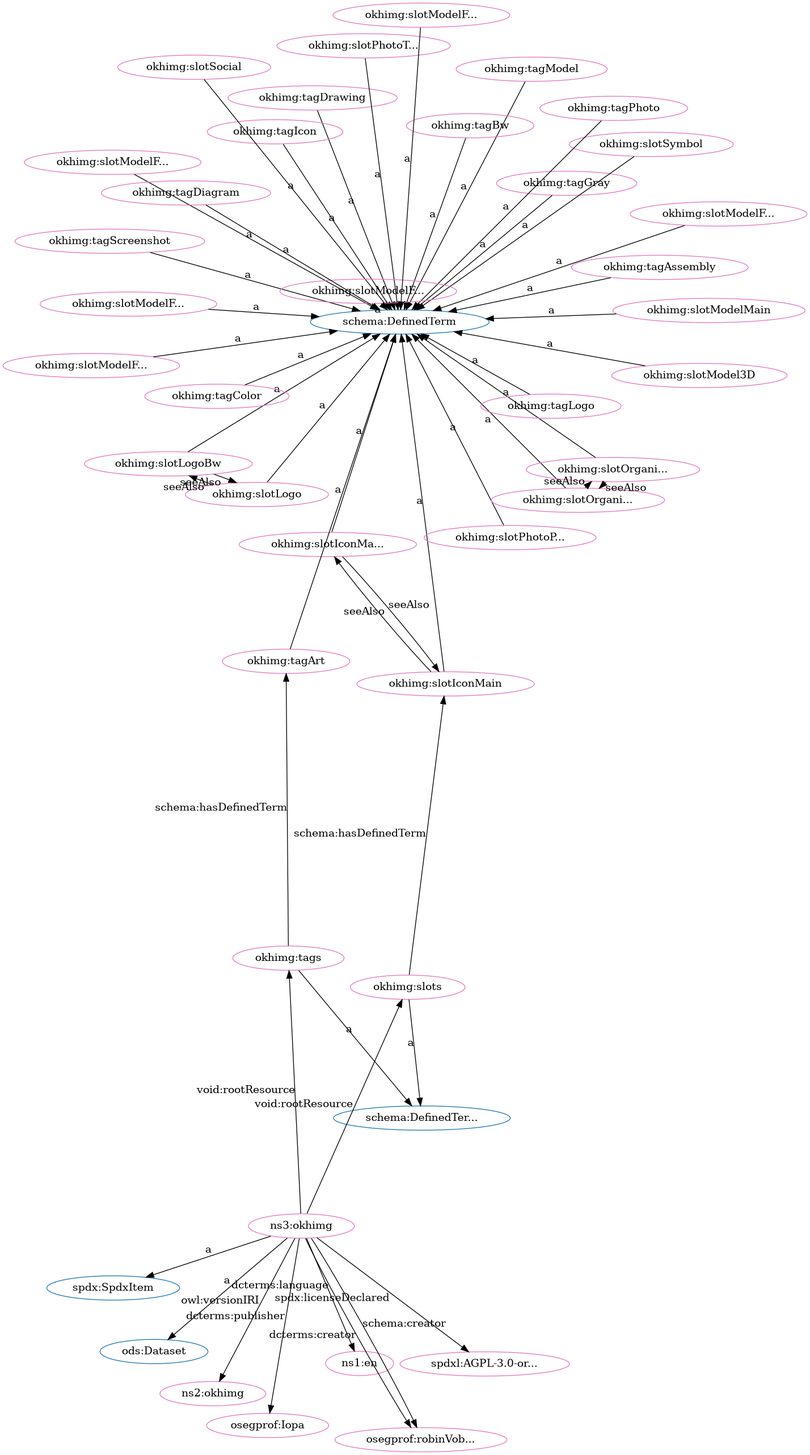
iop-alliance/OpenKnowHow keeps this Graphviz diagram as src/spec/fdp_okh-img-clean.png. Above is the earlier version. Its source is kept beside it as src/spec/fdp_okh-img-clean.dot.
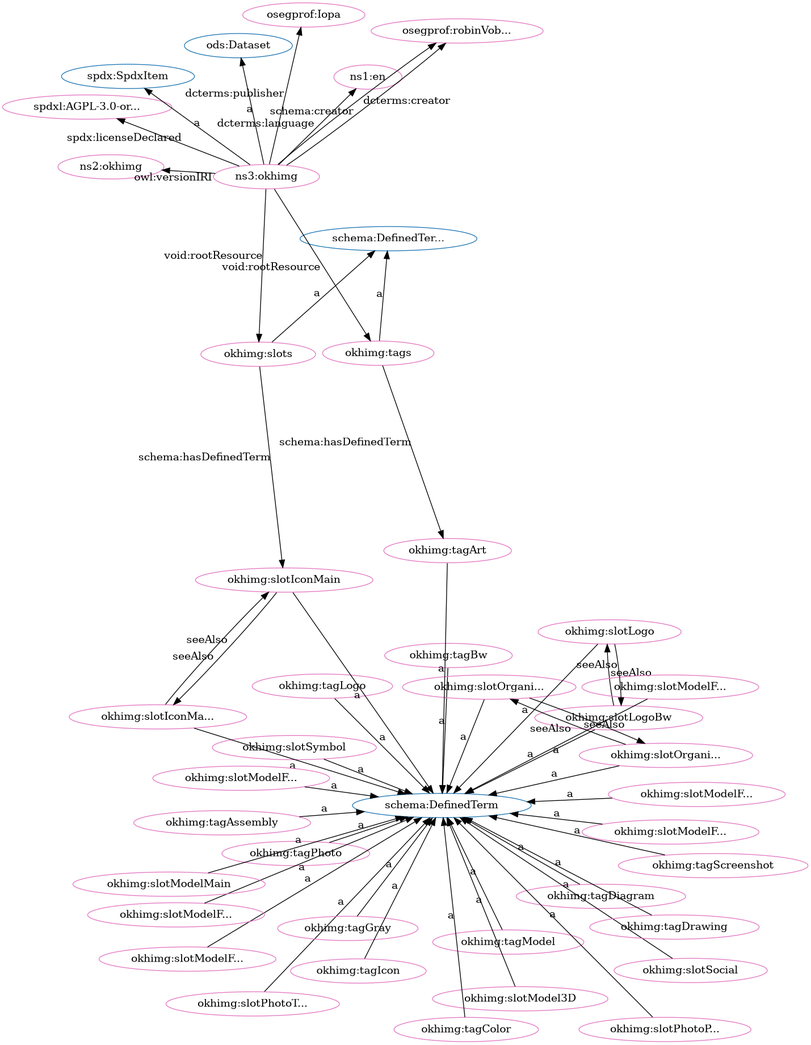
The same diagram one commit later.

The edit, as a diff of the source:
```diff
@@ -1,96 +1,96 @@
 digraph G {
   rankdir=BT
   node[height=.3]
+"http://schema.org/DefinedTermSet" [fillcolor="#1f77b4" color="#1f77b4" label="schema:DefinedTer..."]
 "http://w3id.org/oseg/ont/ods#Dataset" [fillcolor="#1f77b4" color="#1f77b4" label="ods:Dataset"]
+"http://schema.org/DefinedTerm" [fillcolor="#1f77b4" color="#1f77b4" label="schema:DefinedTerm"]
 "http://spdx.org/rdf/terms#SpdxItem" [fillcolor="#1f77b4" color="#1f77b4" label="spdx:SpdxItem"]
-"http://schema.org/DefinedTermSet" [fillcolor="#1f77b4" color="#1f77b4" label="schema:DefinedTer..."]
-"http://schema.org/DefinedTerm" [fillcolor="#1f77b4" color="#1f77b4" label="schema:DefinedTerm"]
+"http://spdx.org/licenses/AGPL-3.0-or-later" [fillcolor="#e377c2" color="#e377c2" label="spdxl:AGPL-3.0-or..."]
+"http://w3id.org/oseg/ont/okhimg#tagAssembly" [fillcolor="#e377c2" color="#e377c2" label="okhimg:tagAssembly"]
+"http://w3id.org/oseg/ont/okhimg#slotModelFromBack" [fillcolor="#e377c2" color="#e377c2" label="okhimg:slotModelF..."]
+"http://w3id.org/oseg/ont/okhimg#tagLogo" [fillcolor="#e377c2" color="#e377c2" label="okhimg:tagLogo"]
+"http://w3id.org/oseg/ont/okhimg#slotModelFromRight" [fillcolor="#e377c2" color="#e377c2" label="okhimg:slotModelF..."]
 "http://w3id.org/oseg/ont/oseg-profiles#robinVobruba" [fillcolor="#e377c2" color="#e377c2" label="osegprof:robinVob..."]
+"http://w3id.org/oseg/ont/okhimg#tagPhoto" [fillcolor="#e377c2" color="#e377c2" label="okhimg:tagPhoto"]
+"http://w3id.org/oseg/ont/okhimg#slotSymbol" [fillcolor="#e377c2" color="#e377c2" label="okhimg:slotSymbol"]
+"http://w3id.org/oseg/ont/okhimg#tagModel" [fillcolor="#e377c2" color="#e377c2" label="okhimg:tagModel"]
+"http://w3id.org/oseg/ont/okhimg#tagBw" [fillcolor="#e377c2" color="#e377c2" label="okhimg:tagBw"]
+"http://w3id.org/oseg/ont/okhimg#slotModelFromLeft" [fillcolor="#e377c2" color="#e377c2" label="okhimg:slotModelF..."]
+"http://w3id.org/oseg/ont/okhimg#slots" [fillcolor="#e377c2" color="#e377c2" label="okhimg:slots"]
+"http://id.loc.gov/vocabulary/iso639-1/en" [fillcolor="#e377c2" color="#e377c2" label="ns1:en"]
+"http://w3id.org/oseg/ont/okhimg#tagDiagram" [fillcolor="#e377c2" color="#e377c2" label="okhimg:tagDiagram"]
+"http://w3id.org/oseg/ont/okhimg#slotPhotoThingMain" [fillcolor="#e377c2" color="#e377c2" label="okhimg:slotPhotoT..."]
+"http://w3id.org/oseg/ont/okhimg#slotModel3D" [fillcolor="#e377c2" color="#e377c2" label="okhimg:slotModel3D"]
+"http://w3id.org/oseg/ont/okhimg#tagGray" [fillcolor="#e377c2" color="#e377c2" label="okhimg:tagGray"]
 "http://w3id.org/oseg/ont/okhimg#slotLogoBw" [fillcolor="#e377c2" color="#e377c2" label="okhimg:slotLogoBw"]
+"http://w3id.org/oseg/ont/okhimg#slotSocial" [fillcolor="#e377c2" color="#e377c2" label="okhimg:slotSocial"]
+"http://w3id.org/oseg/ont/okhimg#slotIconMain" [fillcolor="#e377c2" color="#e377c2" label="okhimg:slotIconMain"]
+"http://w3id.org/oseg/ont/okhimg#slotIconMainBw" [fillcolor="#e377c2" color="#e377c2" label="okhimg:slotIconMa..."]
+"http://w3id.org/oseg/ont/okhimg#tagColor" [fillcolor="#e377c2" color="#e377c2" label="okhimg:tagColor"]
+"http://w3id.org/oseg/ont/okhimg#slotOrganizationLogo" [fillcolor="#e377c2" color="#e377c2" label="okhimg:slotOrgani..."]
+"http://w3id.org/oseg/ont/0.1.0/okhimg" [fillcolor="#e377c2" color="#e377c2" label="ns2:okhimg"]
+"http://w3id.org/oseg/ont/okhimg#slotPhotoPackaging" [fillcolor="#e377c2" color="#e377c2" label="okhimg:slotPhotoP..."]
+"http://w3id.org/oseg/ont/okhimg#slotOrganizationLogoBw" [fillcolor="#e377c2" color="#e377c2" label="okhimg:slotOrgani..."]
+"http://w3id.org/oseg/ont/okhimg#tags" [fillcolor="#e377c2" color="#e377c2" label="okhimg:tags"]
+"http://w3id.org/oseg/ont/okhimg#tagScreenshot" [fillcolor="#e377c2" color="#e377c2" label="okhimg:tagScreenshot"]
+"http://w3id.org/oseg/ont/okhimg#slotModelFromFront" [fillcolor="#e377c2" color="#e377c2" label="okhimg:slotModelF..."]
+"http://w3id.org/oseg/ont/okhimg#slotLogo" [fillcolor="#e377c2" color="#e377c2" label="okhimg:slotLogo"]
+"http://w3id.org/oseg/ont/okhimg#slotModelFromAbove" [fillcolor="#e377c2" color="#e377c2" label="okhimg:slotModelF..."]
 "http://w3id.org/oseg/ont/okhimg#tagDrawing" [fillcolor="#e377c2" color="#e377c2" label="okhimg:tagDrawing"]
-"http://w3id.org/oseg/ont/okhimg#tagModel" [fillcolor="#e377c2" color="#e377c2" label="okhimg:tagModel"]
-"http://w3id.org/oseg/ont/okhimg#slotIconMain" [fillcolor="#e377c2" color="#e377c2" label="okhimg:slotIconMain"]
-"http://w3id.org/oseg/ont/okhimg#tagBw" [fillcolor="#e377c2" color="#e377c2" label="okhimg:tagBw"]
-"http://w3id.org/oseg/ont/okhimg#slots" [fillcolor="#e377c2" color="#e377c2" label="okhimg:slots"]
+"http://w3id.org/oseg/ont/okhimg#slotModelFromBelow" [fillcolor="#e377c2" color="#e377c2" label="okhimg:slotModelF..."]
+"http://w3id.org/oseg/ont/okhimg" [fillcolor="#e377c2" color="#e377c2" label="ns3:okhimg"]
+"http://w3id.org/oseg/ont/okhimg#tagIcon" [fillcolor="#e377c2" color="#e377c2" label="okhimg:tagIcon"]
 "http://w3id.org/oseg/ont/okhimg#tagArt" [fillcolor="#e377c2" color="#e377c2" label="okhimg:tagArt"]
-"http://id.loc.gov/vocabulary/iso639-1/en" [fillcolor="#e377c2" color="#e377c2" label="ns1:en"]
-"http://w3id.org/oseg/ont/okhimg#tagGray" [fillcolor="#e377c2" color="#e377c2" label="okhimg:tagGray"]
-"http://w3id.org/oseg/ont/okhimg#slotLogo" [fillcolor="#e377c2" color="#e377c2" label="okhimg:slotLogo"]
-"http://w3id.org/oseg/ont/okhimg#slotModelFromBelow" [fillcolor="#e377c2" color="#e377c2" label="okhimg:slotModelF..."]
-"http://w3id.org/oseg/ont/okhimg#slotIconMainBw" [fillcolor="#e377c2" color="#e377c2" label="okhimg:slotIconMa..."]
-"http://w3id.org/oseg/ont/okhimg#tagScreenshot" [fillcolor="#e377c2" color="#e377c2" label="okhimg:tagScreenshot"]
-"http://w3id.org/oseg/ont/okhimg#tags" [fillcolor="#e377c2" color="#e377c2" label="okhimg:tags"]
-"http://w3id.org/oseg/ont/okhimg#slotSymbol" [fillcolor="#e377c2" color="#e377c2" label="okhimg:slotSymbol"]
-"http://w3id.org/oseg/ont/okhimg#tagIcon" [fillcolor="#e377c2" color="#e377c2" label="okhimg:tagIcon"]
-"http://spdx.org/licenses/AGPL-3.0-or-later" [fillcolor="#e377c2" color="#e377c2" label="spdxl:AGPL-3.0-or..."]
-"http://w3id.org/oseg/ont/okhimg#slotPhotoThingMain" [fillcolor="#e377c2" color="#e377c2" label="okhimg:slotPhotoT..."]
-"http://w3id.org/oseg/ont/okhimg#slotSocial" [fillcolor="#e377c2" color="#e377c2" label="okhimg:slotSocial"]
-"http://w3id.org/oseg/ont/okhimg#tagPhoto" [fillcolor="#e377c2" color="#e377c2" label="okhimg:tagPhoto"]
-"http://w3id.org/oseg/ont/okhimg#slotModelFromBack" [fillcolor="#e377c2" color="#e377c2" label="okhimg:slotModelF..."]
-"http://w3id.org/oseg/ont/okhimg#slotPhotoPackaging" [fillcolor="#e377c2" color="#e377c2" label="okhimg:slotPhotoP..."]
-"http://w3id.org/oseg/ont/okhimg#tagAssembly" [fillcolor="#e377c2" color="#e377c2" label="okhimg:tagAssembly"]
-"http://w3id.org/oseg/ont/okhimg#slotModel3D" [fillcolor="#e377c2" color="#e377c2" label="okhimg:slotModel3D"]
-"http://w3id.org/oseg/ont/0.1.0/okhimg" [fillcolor="#e377c2" color="#e377c2" label="ns2:okhimg"]
 "http://w3id.org/oseg/ont/oseg-profiles#Iopa" [fillcolor="#e377c2" color="#e377c2" label="osegprof:Iopa"]
-"http://w3id.org/oseg/ont/okhimg#slotModelFromFront" [fillcolor="#e377c2" color="#e377c2" label="okhimg:slotModelF..."]
-"http://w3id.org/oseg/ont/okhimg#slotOrganizationLogoBw" [fillcolor="#e377c2" color="#e377c2" label="okhimg:slotOrgani..."]
-"http://w3id.org/oseg/ont/okhimg#slotOrganizationLogo" [fillcolor="#e377c2" color="#e377c2" label="okhimg:slotOrgani..."]
-"http://w3id.org/oseg/ont/okhimg" [fillcolor="#e377c2" color="#e377c2" label="ns3:okhimg"]
-"http://w3id.org/oseg/ont/okhimg#tagColor" [fillcolor="#e377c2" color="#e377c2" label="okhimg:tagColor"]
-"http://w3id.org/oseg/ont/okhimg#tagLogo" [fillcolor="#e377c2" color="#e377c2" label="okhimg:tagLogo"]
-"http://w3id.org/oseg/ont/okhimg#tagDiagram" [fillcolor="#e377c2" color="#e377c2" label="okhimg:tagDiagram"]
-"http://w3id.org/oseg/ont/okhimg#slotModelFromLeft" [fillcolor="#e377c2" color="#e377c2" label="okhimg:slotModelF..."]
 "http://w3id.org/oseg/ont/okhimg#slotModelMain" [fillcolor="#e377c2" color="#e377c2" label="okhimg:slotModelMain"]
-"http://w3id.org/oseg/ont/okhimg#slotModelFromAbove" [fillcolor="#e377c2" color="#e377c2" label="okhimg:slotModelF..."]
-"http://w3id.org/oseg/ont/okhimg#slotModelFromRight" [fillcolor="#e377c2" color="#e377c2" label="okhimg:slotModelF..."]
+  "http://w3id.org/oseg/ont/okhimg" -> "http://spdx.org/licenses/AGPL-3.0-or-later" [label="spdx:licenseDeclared"]
+  "http://w3id.org/oseg/ont/okhimg#tagAssembly" -> "http://schema.org/DefinedTerm" [label="a"]
+  "http://w3id.org/oseg/ont/okhimg#slotModelFromBack" -> "http://schema.org/DefinedTerm" [label="a"]
+  "http://w3id.org/oseg/ont/okhimg#tagLogo" -> "http://schema.org/DefinedTerm" [label="a"]
+  "http://w3id.org/oseg/ont/okhimg#slotModelFromRight" -> "http://schema.org/DefinedTerm" [label="a"]
   "http://w3id.org/oseg/ont/okhimg" -> "http://w3id.org/oseg/ont/oseg-profiles#robinVobruba" [label="schema:creator"]
+  "http://w3id.org/oseg/ont/okhimg#tagPhoto" -> "http://schema.org/DefinedTerm" [label="a"]
+  "http://w3id.org/oseg/ont/okhimg#slotSymbol" -> "http://schema.org/DefinedTerm" [label="a"]
+  "http://w3id.org/oseg/ont/okhimg#tagModel" -> "http://schema.org/DefinedTerm" [label="a"]
+  "http://w3id.org/oseg/ont/okhimg#tagBw" -> "http://schema.org/DefinedTerm" [label="a"]
+  "http://w3id.org/oseg/ont/okhimg#slotModelFromLeft" -> "http://schema.org/DefinedTerm" [label="a"]
+  "http://w3id.org/oseg/ont/okhimg" -> "http://w3id.org/oseg/ont/okhimg#slots" [label="void:rootResource"]
+  "http://w3id.org/oseg/ont/okhimg#tagDiagram" -> "http://schema.org/DefinedTerm" [label="a"]
+  "http://w3id.org/oseg/ont/okhimg" -> "http://id.loc.gov/vocabulary/iso639-1/en" [label="dcterms:language"]
+  "http://w3id.org/oseg/ont/okhimg#slotPhotoThingMain" -> "http://schema.org/DefinedTerm" [label="a"]
+  "http://w3id.org/oseg/ont/okhimg#slotModel3D" -> "http://schema.org/DefinedTerm" [label="a"]
+  "http://w3id.org/oseg/ont/okhimg#tagGray" -> "http://schema.org/DefinedTerm" [label="a"]
   "http://w3id.org/oseg/ont/okhimg#slotLogoBw" -> "http://schema.org/DefinedTerm" [label="a"]
-  "http://w3id.org/oseg/ont/okhimg#tagDrawing" -> "http://schema.org/DefinedTerm" [label="a"]
-  "http://w3id.org/oseg/ont/okhimg#tagModel" -> "http://schema.org/DefinedTerm" [label="a"]
-  "http://w3id.org/oseg/ont/okhimg#slotIconMainBw" -> "http://w3id.org/oseg/ont/okhimg#slotIconMain" [label="seeAlso"]
-  "http://w3id.org/oseg/ont/okhimg#tagBw" -> "http://schema.org/DefinedTerm" [label="a"]
-  "http://w3id.org/oseg/ont/okhimg#slots" -> "http://schema.org/DefinedTermSet" [label="a"]
-  "http://w3id.org/oseg/ont/okhimg#tagArt" -> "http://schema.org/DefinedTerm" [label="a"]
-  "http://w3id.org/oseg/ont/okhimg#tagGray" -> "http://schema.org/DefinedTerm" [label="a"]
-  "http://w3id.org/oseg/ont/okhimg" -> "http://id.loc.gov/vocabulary/iso639-1/en" [label="dcterms:language"]
-  "http://w3id.org/oseg/ont/okhimg#slotLogoBw" -> "http://w3id.org/oseg/ont/okhimg#slotLogo" [label="seeAlso"]
-  "http://w3id.org/oseg/ont/okhimg#slotModelFromBelow" -> "http://schema.org/DefinedTerm" [label="a"]
-  "http://w3id.org/oseg/ont/okhimg#tagScreenshot" -> "http://schema.org/DefinedTerm" [label="a"]
+  "http://w3id.org/oseg/ont/okhimg#slotSocial" -> "http://schema.org/DefinedTerm" [label="a"]
+  "http://w3id.org/oseg/ont/okhimg#slotIconMain" -> "http://schema.org/DefinedTerm" [label="a"]
   "http://w3id.org/oseg/ont/okhimg#slotIconMain" -> "http://w3id.org/oseg/ont/okhimg#slotIconMainBw" [label="seeAlso"]
-  "http://w3id.org/oseg/ont/okhimg" -> "http://w3id.org/oseg/ont/okhimg#tags" [label="void:rootResource"]
-  "http://w3id.org/oseg/ont/okhimg#slotSymbol" -> "http://schema.org/DefinedTerm" [label="a"]
-  "http://w3id.org/oseg/ont/okhimg#tagIcon" -> "http://schema.org/DefinedTerm" [label="a"]
-  "http://w3id.org/oseg/ont/okhimg#slotIconMainBw" -> "http://schema.org/DefinedTerm" [label="a"]
-  "http://w3id.org/oseg/ont/okhimg" -> "http://spdx.org/licenses/AGPL-3.0-or-later" [label="spdx:licenseDeclared"]
-  "http://w3id.org/oseg/ont/okhimg#slotPhotoThingMain" -> "http://schema.org/DefinedTerm" [label="a"]
-  "http://w3id.org/oseg/ont/okhimg#slotSocial" -> "http://schema.org/DefinedTerm" [label="a"]
-  "http://w3id.org/oseg/ont/okhimg#tags" -> "http://schema.org/DefinedTermSet" [label="a"]
-  "http://w3id.org/oseg/ont/okhimg#tagPhoto" -> "http://schema.org/DefinedTerm" [label="a"]
-  "http://w3id.org/oseg/ont/okhimg#slotModelFromBack" -> "http://schema.org/DefinedTerm" [label="a"]
-  "http://w3id.org/oseg/ont/okhimg#tags" -> "http://w3id.org/oseg/ont/okhimg#tagArt" [label="schema:hasDefinedTerm"]
-  "http://w3id.org/oseg/ont/okhimg#slotPhotoPackaging" -> "http://schema.org/DefinedTerm" [label="a"]
-  "http://w3id.org/oseg/ont/okhimg#slots" -> "http://w3id.org/oseg/ont/okhimg#slotIconMain" [label="schema:hasDefinedTerm"]
-  "http://w3id.org/oseg/ont/okhimg#tagAssembly" -> "http://schema.org/DefinedTerm" [label="a"]
-  "http://w3id.org/oseg/ont/okhimg#slotModel3D" -> "http://schema.org/DefinedTerm" [label="a"]
-  "http://w3id.org/oseg/ont/okhimg" -> "http://w3id.org/oseg/ont/0.1.0/okhimg" [label="owl:versionIRI"]
-  "http://w3id.org/oseg/ont/okhimg" -> "http://w3id.org/oseg/ont/oseg-profiles#Iopa" [label="dcterms:publisher"]
-  "http://w3id.org/oseg/ont/okhimg#slotModelFromFront" -> "http://schema.org/DefinedTerm" [label="a"]
-  "http://w3id.org/oseg/ont/okhimg#slotOrganizationLogoBw" -> "http://schema.org/DefinedTerm" [label="a"]
-  "http://w3id.org/oseg/ont/okhimg#slotOrganizationLogoBw" -> "http://w3id.org/oseg/ont/okhimg#slotOrganizationLogo" [label="seeAlso"]
-  "http://w3id.org/oseg/ont/okhimg" -> "http://w3id.org/oseg/ont/ods#Dataset" [label="a"]
-  "http://w3id.org/oseg/ont/okhimg#slotOrganizationLogo" -> "http://schema.org/DefinedTerm" [label="a"]
-  "http://w3id.org/oseg/ont/okhimg" -> "http://spdx.org/rdf/terms#SpdxItem" [label="a"]
   "http://w3id.org/oseg/ont/okhimg#tagColor" -> "http://schema.org/DefinedTerm" [label="a"]
   "http://w3id.org/oseg/ont/okhimg#slotLogo" -> "http://w3id.org/oseg/ont/okhimg#slotLogoBw" [label="seeAlso"]
-  "http://w3id.org/oseg/ont/okhimg#tagLogo" -> "http://schema.org/DefinedTerm" [label="a"]
-  "http://w3id.org/oseg/ont/okhimg#tagDiagram" -> "http://schema.org/DefinedTerm" [label="a"]
-  "http://w3id.org/oseg/ont/okhimg" -> "http://w3id.org/oseg/ont/okhimg#slots" [label="void:rootResource"]
+  "http://w3id.org/oseg/ont/okhimg#slotOrganizationLogo" -> "http://schema.org/DefinedTerm" [label="a"]
+  "http://w3id.org/oseg/ont/okhimg" -> "http://w3id.org/oseg/ont/0.1.0/okhimg" [label="owl:versionIRI"]
+  "http://w3id.org/oseg/ont/okhimg#slotPhotoPackaging" -> "http://schema.org/DefinedTerm" [label="a"]
   "http://w3id.org/oseg/ont/okhimg#slotLogo" -> "http://schema.org/DefinedTerm" [label="a"]
-  "http://w3id.org/oseg/ont/okhimg#slotModelFromLeft" -> "http://schema.org/DefinedTerm" [label="a"]
+  "http://w3id.org/oseg/ont/okhimg#slots" -> "http://w3id.org/oseg/ont/okhimg#slotIconMain" [label="schema:hasDefinedTerm"]
+  "http://w3id.org/oseg/ont/okhimg#slotOrganizationLogoBw" -> "http://schema.org/DefinedTerm" [label="a"]
+  "http://w3id.org/oseg/ont/okhimg#tags" -> "http://schema.org/DefinedTermSet" [label="a"]
+  "http://w3id.org/oseg/ont/okhimg#tagScreenshot" -> "http://schema.org/DefinedTerm" [label="a"]
+  "http://w3id.org/oseg/ont/okhimg#slotModelFromFront" -> "http://schema.org/DefinedTerm" [label="a"]
+  "http://w3id.org/oseg/ont/okhimg#slotLogoBw" -> "http://w3id.org/oseg/ont/okhimg#slotLogo" [label="seeAlso"]
+  "http://w3id.org/oseg/ont/okhimg#slotModelFromAbove" -> "http://schema.org/DefinedTerm" [label="a"]
+  "http://w3id.org/oseg/ont/okhimg#tagDrawing" -> "http://schema.org/DefinedTerm" [label="a"]
+  "http://w3id.org/oseg/ont/okhimg" -> "http://w3id.org/oseg/ont/oseg-profiles#robinVobruba" [label="dcterms:creator"]
+  "http://w3id.org/oseg/ont/okhimg" -> "http://w3id.org/oseg/ont/okhimg#tags" [label="void:rootResource"]
+  "http://w3id.org/oseg/ont/okhimg#slotModelFromBelow" -> "http://schema.org/DefinedTerm" [label="a"]
+  "http://w3id.org/oseg/ont/okhimg#slotOrganizationLogo" -> "http://w3id.org/oseg/ont/okhimg#slotOrganizationLogoBw" [label="seeAlso"]
+  "http://w3id.org/oseg/ont/okhimg" -> "http://w3id.org/oseg/ont/ods#Dataset" [label="a"]
+  "http://w3id.org/oseg/ont/okhimg#slots" -> "http://schema.org/DefinedTermSet" [label="a"]
+  "http://w3id.org/oseg/ont/okhimg#tagIcon" -> "http://schema.org/DefinedTerm" [label="a"]
+  "http://w3id.org/oseg/ont/okhimg#slotIconMainBw" -> "http://w3id.org/oseg/ont/okhimg#slotIconMain" [label="seeAlso"]
+  "http://w3id.org/oseg/ont/okhimg#tags" -> "http://w3id.org/oseg/ont/okhimg#tagArt" [label="schema:hasDefinedTerm"]
+  "http://w3id.org/oseg/ont/okhimg" -> "http://w3id.org/oseg/ont/oseg-profiles#Iopa" [label="dcterms:publisher"]
+  "http://w3id.org/oseg/ont/okhimg#slotIconMainBw" -> "http://schema.org/DefinedTerm" [label="a"]
+  "http://w3id.org/oseg/ont/okhimg#tagArt" -> "http://schema.org/DefinedTerm" [label="a"]
+  "http://w3id.org/oseg/ont/okhimg" -> "http://spdx.org/rdf/terms#SpdxItem" [label="a"]
+  "http://w3id.org/oseg/ont/okhimg#slotOrganizationLogoBw" -> "http://w3id.org/oseg/ont/okhimg#slotOrganizationLogo" [label="seeAlso"]
   "http://w3id.org/oseg/ont/okhimg#slotModelMain" -> "http://schema.org/DefinedTerm" [label="a"]
-  "http://w3id.org/oseg/ont/okhimg" -> "http://w3id.org/oseg/ont/oseg-profiles#robinVobruba" [label="dcterms:creator"]
-  "http://w3id.org/oseg/ont/okhimg#slotIconMain" -> "http://schema.org/DefinedTerm" [label="a"]
-  "http://w3id.org/oseg/ont/okhimg#slotOrganizationLogo" -> "http://w3id.org/oseg/ont/okhimg#slotOrganizationLogoBw" [label="seeAlso"]
-  "http://w3id.org/oseg/ont/okhimg#slotModelFromAbove" -> "http://schema.org/DefinedTerm" [label="a"]
-  "http://w3id.org/oseg/ont/okhimg#slotModelFromRight" -> "http://schema.org/DefinedTerm" [label="a"]
 }
```
